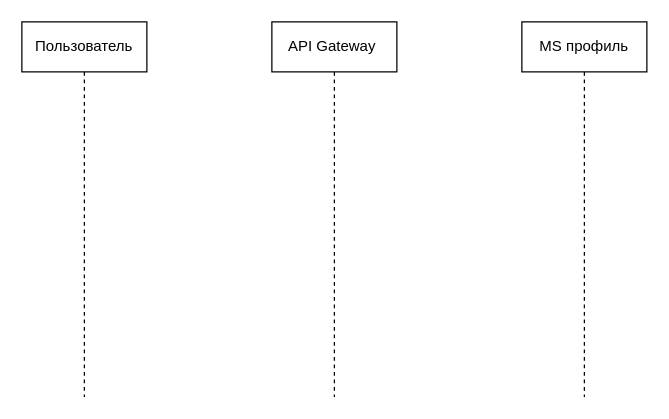
Before: Диаграмма без названия.drawio in YastrebOlga/JS-base, a draw.io diagram. Source tidied: cells renumbered, new cells numbered last; positions are measured from the earlier drawing's top-left corner, leaving out a move shared by most shapes. Both pictures are drawn from the tidied source at 125%, with x=0, y=0 at pixel (21, 21).
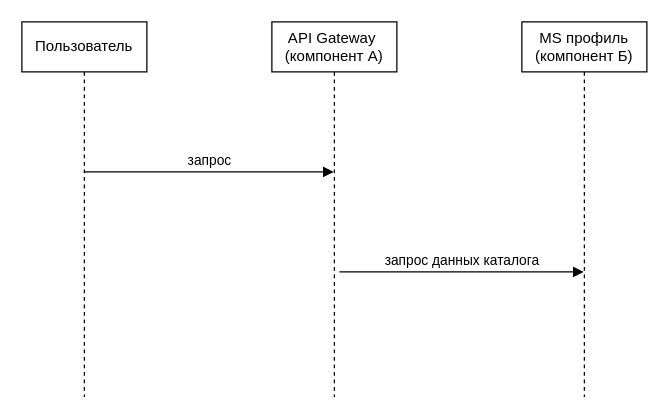
The same page after the edit.

Change to the diagram source:
```diff
@@
 <mxGraphModel>
   <root>
     <mxCell id="0" />
     <mxCell id="1" parent="0" />
     <mxCell id="2" value="Пользователь" style="shape=umlLifeline;perimeter=lifelinePerimeter;whiteSpace=wrap;html=1;newEdgeStyle={&quot;edgeStyle&quot;:&quot;elbowEdgeStyle&quot;,&quot;elbow&quot;:&quot;vertical&quot;,&quot;curved&quot;:0,&quot;rounded&quot;:0};" parent="1" vertex="1">
       <mxGeometry width="100" height="300" as="geometry" />
     </mxCell>
-    <mxCell id="3" value="API Gateway&amp;nbsp;" style="shape=umlLifeline;perimeter=lifelinePerimeter;whiteSpace=wrap;html=1;outlineConnect=0;portConstraint=eastwest;newEdgeStyle={&quot;edgeStyle&quot;:&quot;elbowEdgeStyle&quot;,&quot;elbow&quot;:&quot;vertical&quot;,&quot;curved&quot;:0,&quot;rounded&quot;:0};" parent="1" vertex="1">
+    <mxCell id="3" value="API Gateway&amp;nbsp;&lt;br&gt;(компонент А)" style="shape=umlLifeline;perimeter=lifelinePerimeter;whiteSpace=wrap;html=1;outlineConnect=0;portConstraint=eastwest;newEdgeStyle={&quot;edgeStyle&quot;:&quot;elbowEdgeStyle&quot;,&quot;elbow&quot;:&quot;vertical&quot;,&quot;curved&quot;:0,&quot;rounded&quot;:0};" parent="1" vertex="1">
       <mxGeometry x="200" width="100" height="300" as="geometry" />
     </mxCell>
-    <mxCell id="4" value="MS профиль" style="shape=umlLifeline;perimeter=lifelinePerimeter;whiteSpace=wrap;html=1;outlineConnect=0;portConstraint=eastwest;newEdgeStyle={&quot;edgeStyle&quot;:&quot;elbowEdgeStyle&quot;,&quot;elbow&quot;:&quot;vertical&quot;,&quot;curved&quot;:0,&quot;rounded&quot;:0};" parent="1" vertex="1">
+    <mxCell id="4" value="MS профиль (компонент Б)" style="shape=umlLifeline;perimeter=lifelinePerimeter;whiteSpace=wrap;html=1;outlineConnect=0;portConstraint=eastwest;newEdgeStyle={&quot;edgeStyle&quot;:&quot;elbowEdgeStyle&quot;,&quot;elbow&quot;:&quot;vertical&quot;,&quot;curved&quot;:0,&quot;rounded&quot;:0};" parent="1" vertex="1">
       <mxGeometry x="400" width="100" height="300" as="geometry" />
     </mxCell>
+    <mxCell id="5" value="запрос" style="html=1;verticalAlign=bottom;endArrow=block;edgeStyle=elbowEdgeStyle;elbow=vertical;curved=0;rounded=0;" parent="1" edge="1" target="3">
+      <mxGeometry relative="1" as="geometry">
+        <mxPoint x="50" y="120" as="sourcePoint" />
+      </mxGeometry>
+    </mxCell>
+    <mxCell id="6" value="запрос данных каталога" style="html=1;verticalAlign=bottom;endArrow=block;edgeStyle=elbowEdgeStyle;elbow=vertical;curved=0;rounded=0;" parent="1" edge="1" target="4">
+      <mxGeometry relative="1" as="geometry">
+        <mxPoint x="254" y="200" as="sourcePoint" />
+      </mxGeometry>
+    </mxCell>
   </root>
 </mxGraphModel>
```
